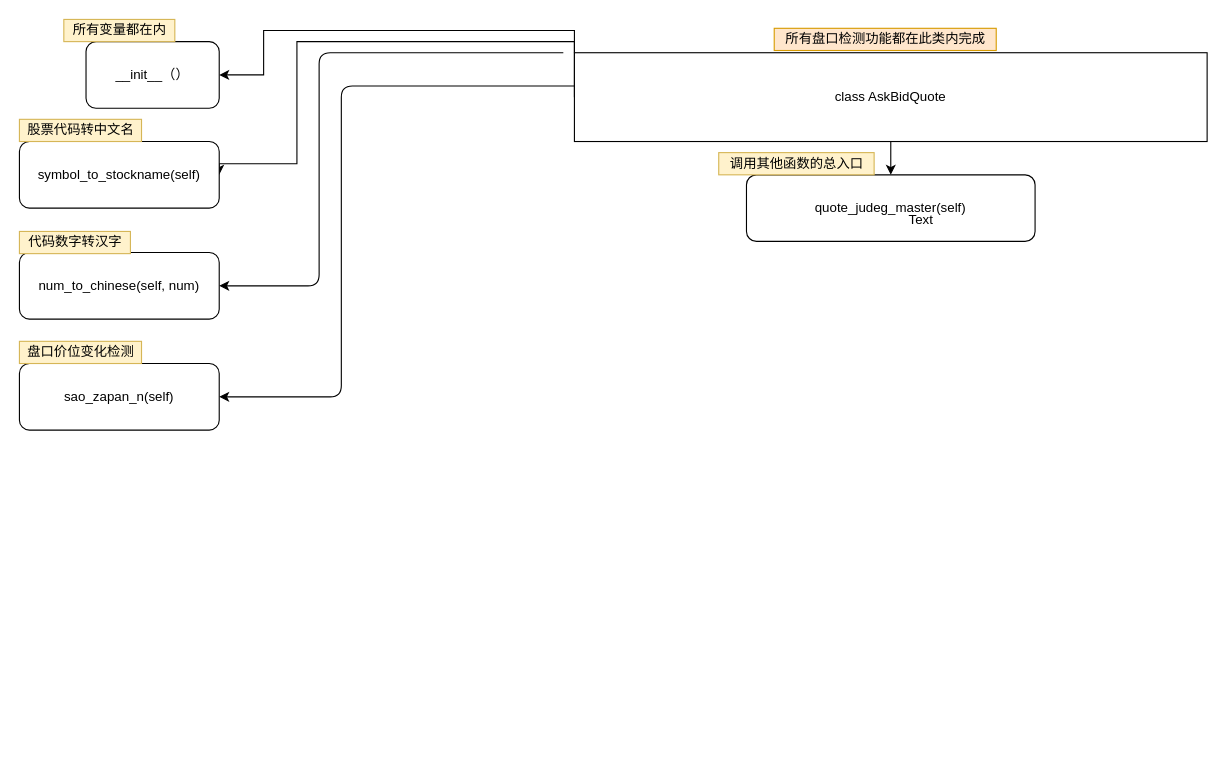
This is AskBidQuote.drawio from liangshanbovsluomio/Quote_Quant_Process_Control, a draw.io file, before an edit. Source tidied: cells renumbered, new cells numbered last; positions are measured from the earlier drawing's top-left corner, leaving out a move shared by most shapes. Both pictures are drawn from the tidied source at 111%, with x=0, y=0 at pixel (19, 19).
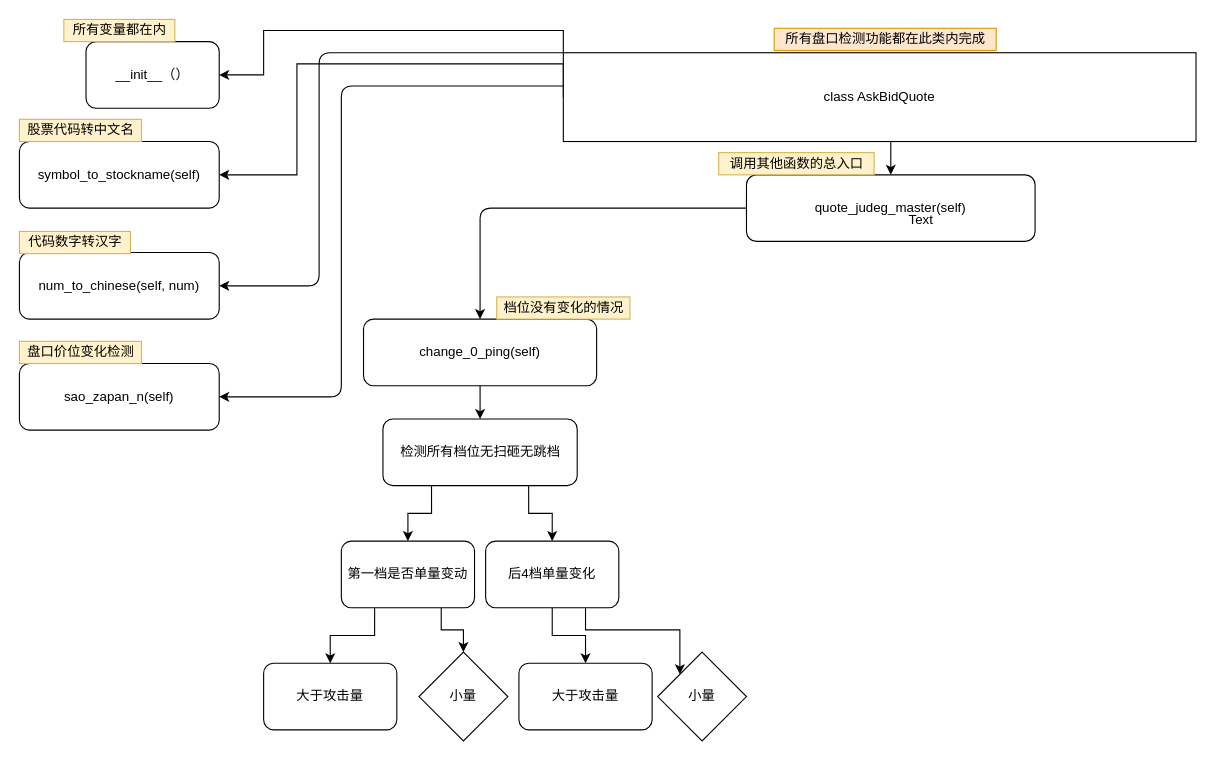
The same diagram, later.

The change refers to these unchanged cells:
```xml
<mxCell id="7" value="symbol_to_stockname(self)" style="rounded=1;whiteSpace=wrap;html=1;" parent="1" vertex="1">
  <mxGeometry y="110" width="180" height="60" as="geometry" />
</mxCell>
<mxCell id="9" value="quote_judeg_master(self)" style="rounded=1;whiteSpace=wrap;html=1;" parent="1" vertex="1">
  <mxGeometry x="655" y="140" width="260" height="60" as="geometry" />
</mxCell>
```

Diff of the diagram source:
```diff
@@
     <mxCell id="4" style="edgeStyle=orthogonalEdgeStyle;rounded=0;jettySize=auto;html=1;exitX=1;exitY=0.5;exitDx=0;exitDy=0;entryX=1;entryY=0.5;entryDx=0;entryDy=0;" parent="1" edge="1" source="5" target="7">
       <mxGeometry relative="1" as="geometry">
         <Array as="points">
-          <mxPoint x="500" y="20" />
-          <mxPoint x="250" y="20" />
-          <mxPoint x="250" y="130" />
+          <mxPoint x="490" y="40" />
+          <mxPoint x="250" y="40" />
+          <mxPoint x="250" y="140" />
         </Array>
       </mxGeometry>
     </mxCell>
     <mxCell id="5" value="class AskBidQuote" style="rounded=0;whiteSpace=wrap;html=1;flipH=0;flipV=1;direction=west;" parent="1" vertex="1">
-      <mxGeometry x="500" y="30" width="570" height="80" as="geometry" />
+      <mxGeometry x="490" y="30" width="570" height="80" as="geometry" />
     </mxCell>
@@
+    <mxCell id="20" style="edgeStyle=orthogonalEdgeStyle;rounded=0;jettySize=auto;html=1;exitX=0.5;exitY=1;exitDx=0;exitDy=0;entryX=0.5;entryY=0;entryDx=0;entryDy=0;" parent="1" edge="1" source="21" target="26">
+      <mxGeometry relative="1" as="geometry" />
+    </mxCell>
+    <mxCell id="21" value="change_0_ping(self)" style="rounded=1;whiteSpace=wrap;html=1;" parent="1" vertex="1">
+      <mxGeometry x="310" y="270" width="210" height="60" as="geometry" />
+    </mxCell>
+    <mxCell id="22" style="edgeStyle=elbowEdgeStyle;elbow=vertical;endArrow=classic;html=1;exitX=0;exitY=0.5;exitDx=0;exitDy=0;entryX=0.5;entryY=0;entryDx=0;entryDy=0;" parent="1" edge="1" source="9" target="21">
+      <mxGeometry relative="1" as="geometry">
+        <Array as="points">
+          <mxPoint x="560" y="170" />
+        </Array>
+      </mxGeometry>
+    </mxCell>
+    <mxCell id="23" value="&lt;div&gt;档位没有变化的情况&lt;/div&gt;" style="text;html=1;align=center;verticalAlign=middle;fillColor=#fff2cc;strokeColor=#d6b656;" parent="1" vertex="1">
+      <mxGeometry x="430" y="250" width="120" height="20" as="geometry" />
+    </mxCell>
+    <mxCell id="24" style="edgeStyle=orthogonalEdgeStyle;rounded=0;jettySize=auto;html=1;exitX=0.25;exitY=1;exitDx=0;exitDy=0;entryX=0.5;entryY=0;entryDx=0;entryDy=0;" parent="1" edge="1" source="26" target="29">
+      <mxGeometry relative="1" as="geometry" />
+    </mxCell>
+    <mxCell id="25" style="edgeStyle=orthogonalEdgeStyle;rounded=0;jettySize=auto;html=1;exitX=0.75;exitY=1;exitDx=0;exitDy=0;" parent="1" edge="1" source="26" target="32">
+      <mxGeometry relative="1" as="geometry" />
+    </mxCell>
+    <mxCell id="26" value="&lt;div&gt;检测所有档位无扫砸无跳档&lt;/div&gt;" style="rounded=1;whiteSpace=wrap;html=1;" parent="1" vertex="1">
+      <mxGeometry x="327.5" y="360" width="175" height="60" as="geometry" />
+    </mxCell>
+    <mxCell id="27" style="edgeStyle=orthogonalEdgeStyle;rounded=0;jettySize=auto;html=1;exitX=0.25;exitY=1;exitDx=0;exitDy=0;entryX=0.5;entryY=0;entryDx=0;entryDy=0;" parent="1" edge="1" source="29" target="33">
+      <mxGeometry relative="1" as="geometry" />
+    </mxCell>
+    <mxCell id="28" style="edgeStyle=orthogonalEdgeStyle;rounded=0;jettySize=auto;html=1;exitX=0.75;exitY=1;exitDx=0;exitDy=0;entryX=0.5;entryY=0;entryDx=0;entryDy=0;" parent="1" edge="1" source="29" target="34">
+      <mxGeometry relative="1" as="geometry" />
+    </mxCell>
+    <mxCell id="29" value="&lt;div&gt;第一档是否单量变动&lt;/div&gt;" style="rounded=1;whiteSpace=wrap;html=1;" parent="1" vertex="1">
+      <mxGeometry x="290" y="470" width="120" height="60" as="geometry" />
+    </mxCell>
+    <mxCell id="30" style="edgeStyle=orthogonalEdgeStyle;rounded=0;jettySize=auto;html=1;exitX=0.5;exitY=1;exitDx=0;exitDy=0;" parent="1" edge="1" source="32" target="35">
+      <mxGeometry relative="1" as="geometry" />
+    </mxCell>
+    <mxCell id="31" style="edgeStyle=orthogonalEdgeStyle;rounded=0;jettySize=auto;html=1;exitX=0.75;exitY=1;exitDx=0;exitDy=0;entryX=0;entryY=0;entryDx=0;entryDy=0;" parent="1" edge="1" source="32" target="36">
+      <mxGeometry relative="1" as="geometry" />
+    </mxCell>
+    <mxCell id="32" value="后4档单量变化" style="rounded=1;whiteSpace=wrap;html=1;" parent="1" vertex="1">
+      <mxGeometry x="420" y="470" width="120" height="60" as="geometry" />
+    </mxCell>
+    <mxCell id="33" value="&lt;div&gt;大于攻击量&lt;/div&gt;" style="rounded=1;whiteSpace=wrap;html=1;" parent="1" vertex="1">
+      <mxGeometry x="220" y="580" width="120" height="60" as="geometry" />
+    </mxCell>
+    <mxCell id="34" value="小量" style="rhombus;whiteSpace=wrap;html=1;" parent="1" vertex="1">
+      <mxGeometry x="360" y="570" width="80" height="80" as="geometry" />
+    </mxCell>
+    <mxCell id="35" value="&lt;div&gt;大于攻击量&lt;/div&gt;" style="rounded=1;whiteSpace=wrap;html=1;" parent="1" vertex="1">
+      <mxGeometry x="450" y="580" width="120" height="60" as="geometry" />
+    </mxCell>
+    <mxCell id="36" value="小量" style="rhombus;whiteSpace=wrap;html=1;" parent="1" vertex="1">
+      <mxGeometry x="575" y="570" width="80" height="80" as="geometry" />
+    </mxCell>
```
